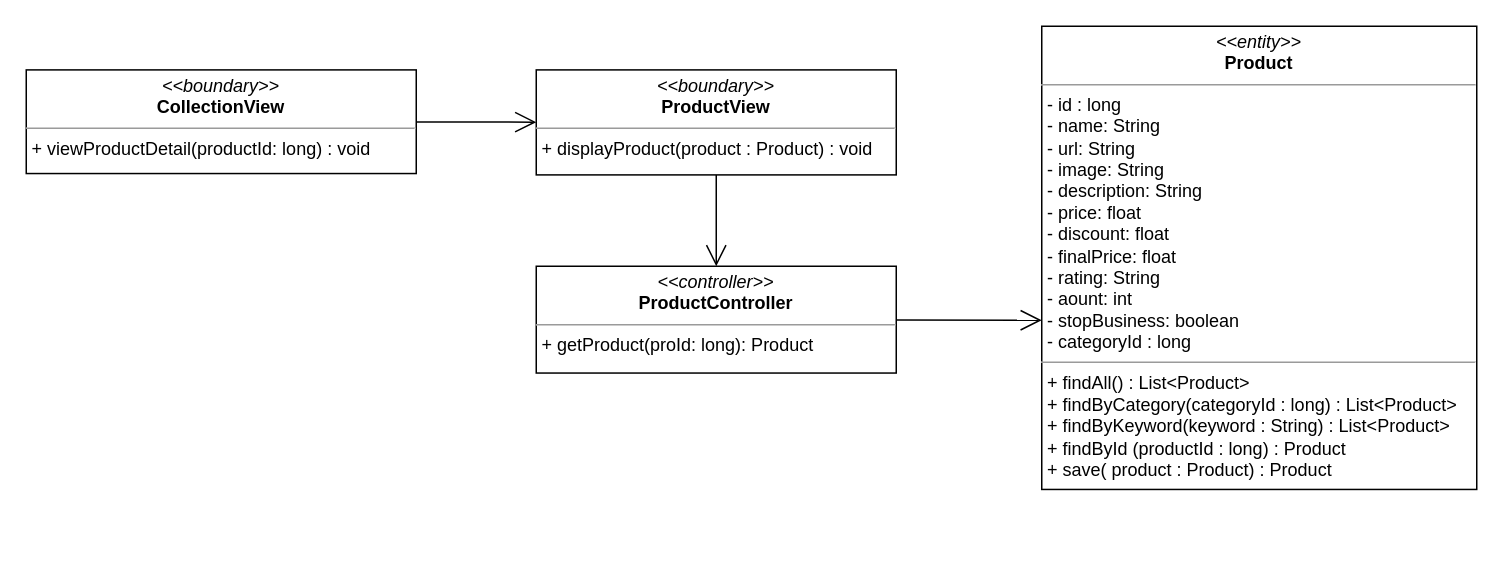
The draw.io diagram class diagram/get-productDetail-class-diagram.drawio in nguyenphamvan/datn_20202, before the edit. Source tidied: cells renumbered, new cells numbered last; positions are measured from the earlier drawing's top-left corner, leaving out a move shared by most shapes. Both pictures are drawn from the tidied source at 150%, with x=0, y=0 at pixel (26, 26).
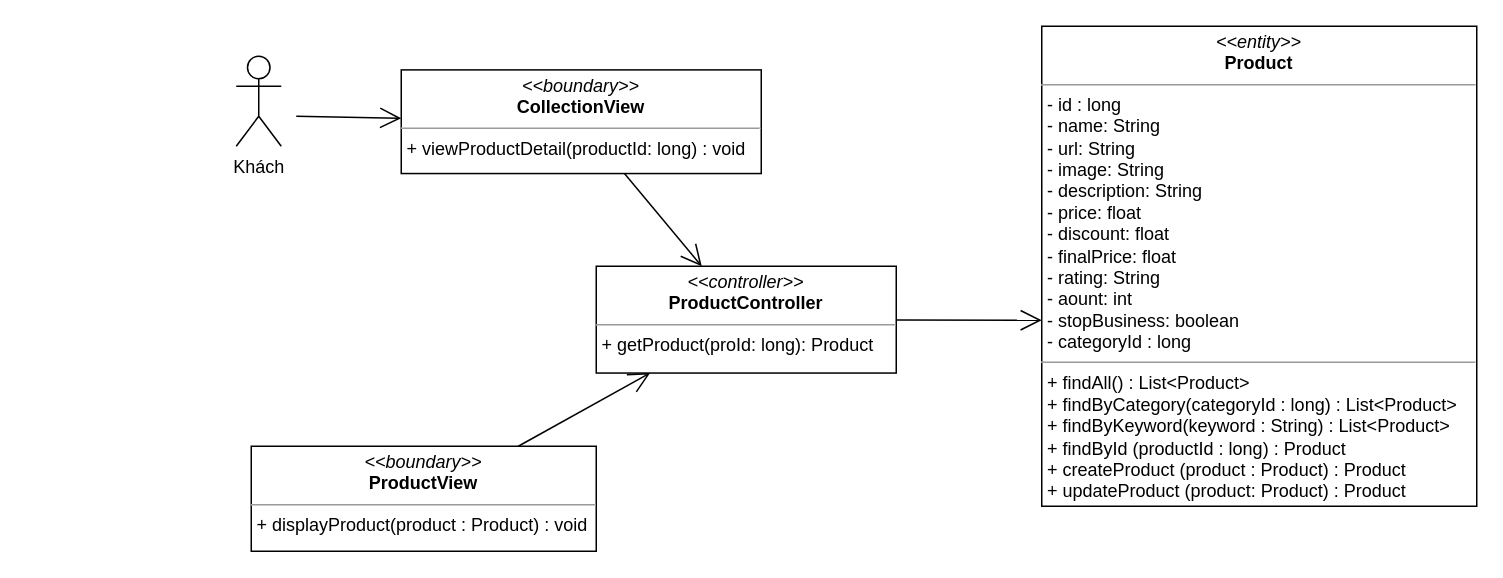
The same page after the edit.

Diff of the diagram source:
```diff
@@
 <mxGraphModel>
   <root>
     <mxCell id="0" />
     <mxCell id="1" parent="0" />
     <mxCell id="2" value="&lt;p style=&quot;margin: 0px ; margin-top: 4px ; text-align: center&quot;&gt;&lt;i&gt;&amp;lt;&amp;lt;boundary&amp;gt;&amp;gt;&lt;/i&gt;&lt;br&gt;&lt;b&gt;ProductView&lt;/b&gt;&lt;/p&gt;&lt;hr size=&quot;1&quot;&gt;&lt;p style=&quot;margin: 0px ; margin-left: 4px&quot;&gt;&lt;span&gt;+ displayProduct(product : Product) : void&lt;/span&gt;&lt;/p&gt;" style="verticalAlign=top;align=left;overflow=fill;fontSize=12;fontFamily=Helvetica;html=1;" parent="1" vertex="1">
-      <mxGeometry x="340" y="29.1" width="240" height="70" as="geometry" />
+      <mxGeometry x="150" y="280" width="230" height="70" as="geometry" />
     </mxCell>
     <mxCell id="3" value="&lt;p style=&quot;margin: 0px ; margin-top: 4px ; text-align: center&quot;&gt;&lt;i&gt;&amp;lt;&amp;lt;controller&amp;gt;&amp;gt;&lt;/i&gt;&lt;br&gt;&lt;b&gt;ProductController&lt;/b&gt;&lt;/p&gt;&lt;hr size=&quot;1&quot;&gt;&lt;p style=&quot;margin: 0px ; margin-left: 4px&quot;&gt;+ getProduct(proId: long): Product&lt;br&gt;&lt;/p&gt;" style="verticalAlign=top;align=left;overflow=fill;fontSize=12;fontFamily=Helvetica;html=1;" parent="1" vertex="1">
-      <mxGeometry x="340" y="160" width="240" height="71.2" as="geometry" />
+      <mxGeometry x="380" y="160" width="200" height="71.2" as="geometry" />
     </mxCell>
-    <mxCell id="4" value="&lt;p style=&quot;margin: 0px ; margin-top: 4px ; text-align: center&quot;&gt;&lt;i&gt;&amp;lt;&amp;lt;entity&amp;gt;&amp;gt;&lt;/i&gt;&lt;br&gt;&lt;b&gt;Product&lt;/b&gt;&lt;/p&gt;&lt;hr size=&quot;1&quot;&gt;&lt;p style=&quot;margin: 0px ; margin-left: 4px&quot;&gt;- id : long&lt;/p&gt;&lt;p style=&quot;margin: 0px ; margin-left: 4px&quot;&gt;- name: String&lt;br&gt;- url: String&lt;/p&gt;&lt;p style=&quot;margin: 0px ; margin-left: 4px&quot;&gt;- image: String&lt;/p&gt;&lt;p style=&quot;margin: 0px ; margin-left: 4px&quot;&gt;- description: String&lt;/p&gt;&lt;p style=&quot;margin: 0px ; margin-left: 4px&quot;&gt;- price: float&lt;/p&gt;&lt;p style=&quot;margin: 0px ; margin-left: 4px&quot;&gt;- discount: float&lt;/p&gt;&lt;p style=&quot;margin: 0px ; margin-left: 4px&quot;&gt;- finalPrice: float&lt;/p&gt;&lt;p style=&quot;margin: 0px ; margin-left: 4px&quot;&gt;- rating: String&lt;/p&gt;&lt;p style=&quot;margin: 0px ; margin-left: 4px&quot;&gt;- aount: int&lt;/p&gt;&lt;p style=&quot;margin: 0px ; margin-left: 4px&quot;&gt;- stopBusiness: boolean&lt;/p&gt;&lt;p style=&quot;margin: 0px ; margin-left: 4px&quot;&gt;- categoryId : long&lt;/p&gt;&lt;hr size=&quot;1&quot;&gt;&lt;p style=&quot;margin: 0px 0px 0px 4px&quot;&gt;+ findAll() : List&amp;lt;Product&amp;gt;&lt;/p&gt;&lt;p style=&quot;margin: 0px 0px 0px 4px&quot;&gt;+ findByCategory(categoryId : long) : List&amp;lt;Product&amp;gt;&lt;/p&gt;&lt;p style=&quot;margin: 0px 0px 0px 4px&quot;&gt;+ findByKeyword(keyword : String) : List&amp;lt;Product&amp;gt;&lt;/p&gt;&lt;p style=&quot;margin: 0px 0px 0px 4px&quot;&gt;+ findById (productId : long) : Product&lt;/p&gt;&lt;p style=&quot;margin: 0px 0px 0px 4px&quot;&gt;+ save( product : Product) : Product&lt;/p&gt;" style="verticalAlign=top;align=left;overflow=fill;fontSize=12;fontFamily=Helvetica;html=1;" parent="1" vertex="1">
-      <mxGeometry x="677" width="290" height="308.8" as="geometry" />
+    <mxCell id="4" value="&lt;p style=&quot;margin: 0px ; margin-top: 4px ; text-align: center&quot;&gt;&lt;i&gt;&amp;lt;&amp;lt;entity&amp;gt;&amp;gt;&lt;/i&gt;&lt;br&gt;&lt;b&gt;Product&lt;/b&gt;&lt;/p&gt;&lt;hr size=&quot;1&quot;&gt;&lt;p style=&quot;margin: 0px ; margin-left: 4px&quot;&gt;- id : long&lt;/p&gt;&lt;p style=&quot;margin: 0px ; margin-left: 4px&quot;&gt;- name: String&lt;br&gt;- url: String&lt;/p&gt;&lt;p style=&quot;margin: 0px ; margin-left: 4px&quot;&gt;- image: String&lt;/p&gt;&lt;p style=&quot;margin: 0px ; margin-left: 4px&quot;&gt;- description: String&lt;/p&gt;&lt;p style=&quot;margin: 0px ; margin-left: 4px&quot;&gt;- price: float&lt;/p&gt;&lt;p style=&quot;margin: 0px ; margin-left: 4px&quot;&gt;- discount: float&lt;/p&gt;&lt;p style=&quot;margin: 0px ; margin-left: 4px&quot;&gt;- finalPrice: float&lt;/p&gt;&lt;p style=&quot;margin: 0px ; margin-left: 4px&quot;&gt;- rating: String&lt;/p&gt;&lt;p style=&quot;margin: 0px ; margin-left: 4px&quot;&gt;- aount: int&lt;/p&gt;&lt;p style=&quot;margin: 0px ; margin-left: 4px&quot;&gt;- stopBusiness: boolean&lt;/p&gt;&lt;p style=&quot;margin: 0px ; margin-left: 4px&quot;&gt;- categoryId : long&lt;/p&gt;&lt;hr size=&quot;1&quot;&gt;&lt;p style=&quot;margin: 0px 0px 0px 4px&quot;&gt;+ findAll() : List&amp;lt;Product&amp;gt;&lt;/p&gt;&lt;p style=&quot;margin: 0px 0px 0px 4px&quot;&gt;+ findByCategory(categoryId : long) : List&amp;lt;Product&amp;gt;&lt;/p&gt;&lt;p style=&quot;margin: 0px 0px 0px 4px&quot;&gt;+ findByKeyword(keyword : String) : List&amp;lt;Product&amp;gt;&lt;/p&gt;&lt;p style=&quot;margin: 0px 0px 0px 4px&quot;&gt;+ findById (productId : long) : Product&lt;/p&gt;&lt;p style=&quot;margin: 0px 0px 0px 4px&quot;&gt;+ createProduct (product : Product) : Product&lt;/p&gt;&lt;p style=&quot;margin: 0px 0px 0px 4px&quot;&gt;+ updateProduct (product: Product) : Product&lt;/p&gt;" style="verticalAlign=top;align=left;overflow=fill;fontSize=12;fontFamily=Helvetica;html=1;" parent="1" vertex="1">
+      <mxGeometry x="677" width="290" height="320" as="geometry" />
     </mxCell>
     <mxCell id="5" style="endArrow=open;endFill=1;endSize=12;html=1;" parent="1" edge="1" source="3">
       <mxGeometry relative="1" as="geometry">
         <mxPoint x="677" y="196" as="targetPoint" />
       </mxGeometry>
     </mxCell>
     <mxCell id="6" value="&lt;p style=&quot;margin: 0px ; margin-top: 4px ; text-align: center&quot;&gt;&lt;i&gt;&amp;lt;&amp;lt;boundary&amp;gt;&amp;gt;&lt;/i&gt;&lt;br&gt;&lt;b&gt;CollectionView&lt;/b&gt;&lt;/p&gt;&lt;hr size=&quot;1&quot;&gt;&lt;p style=&quot;margin: 0px ; margin-left: 4px&quot;&gt;&lt;span&gt;+ viewProductDetail(productId: long) : void&lt;/span&gt;&lt;/p&gt;" style="verticalAlign=top;align=left;overflow=fill;fontSize=12;fontFamily=Helvetica;html=1;" parent="1" vertex="1">
-      <mxGeometry y="29.1" width="260" height="69.1" as="geometry" />
+      <mxGeometry x="250" y="29.1" width="240" height="69.1" as="geometry" />
     </mxCell>
-    <mxCell id="7" style="endArrow=open;endFill=1;endSize=12;html=1;" parent="1" edge="1" source="6" target="2">
+    <mxCell id="7" style="endArrow=open;endFill=1;endSize=12;html=1;" parent="1" edge="1" source="6" target="3">
       <mxGeometry relative="1" as="geometry" />
     </mxCell>
     <mxCell id="8" style="endArrow=open;endFill=1;endSize=12;html=1;" parent="1" edge="1" source="2" target="3">
       <mxGeometry relative="1" as="geometry" />
     </mxCell>
+    <mxCell id="9" value="Khách" style="shape=umlActor;verticalLabelPosition=bottom;verticalAlign=top;html=1;" parent="1" vertex="1">
+      <mxGeometry x="140" y="20" width="30" height="60" as="geometry" />
+    </mxCell>
+    <mxCell id="10" style="endArrow=open;endFill=1;endSize=12;html=1;" parent="1" edge="1" target="6">
+      <mxGeometry relative="1" as="geometry">
+        <mxPoint x="180" y="60" as="sourcePoint" />
+      </mxGeometry>
+    </mxCell>
   </root>
 </mxGraphModel>
```
